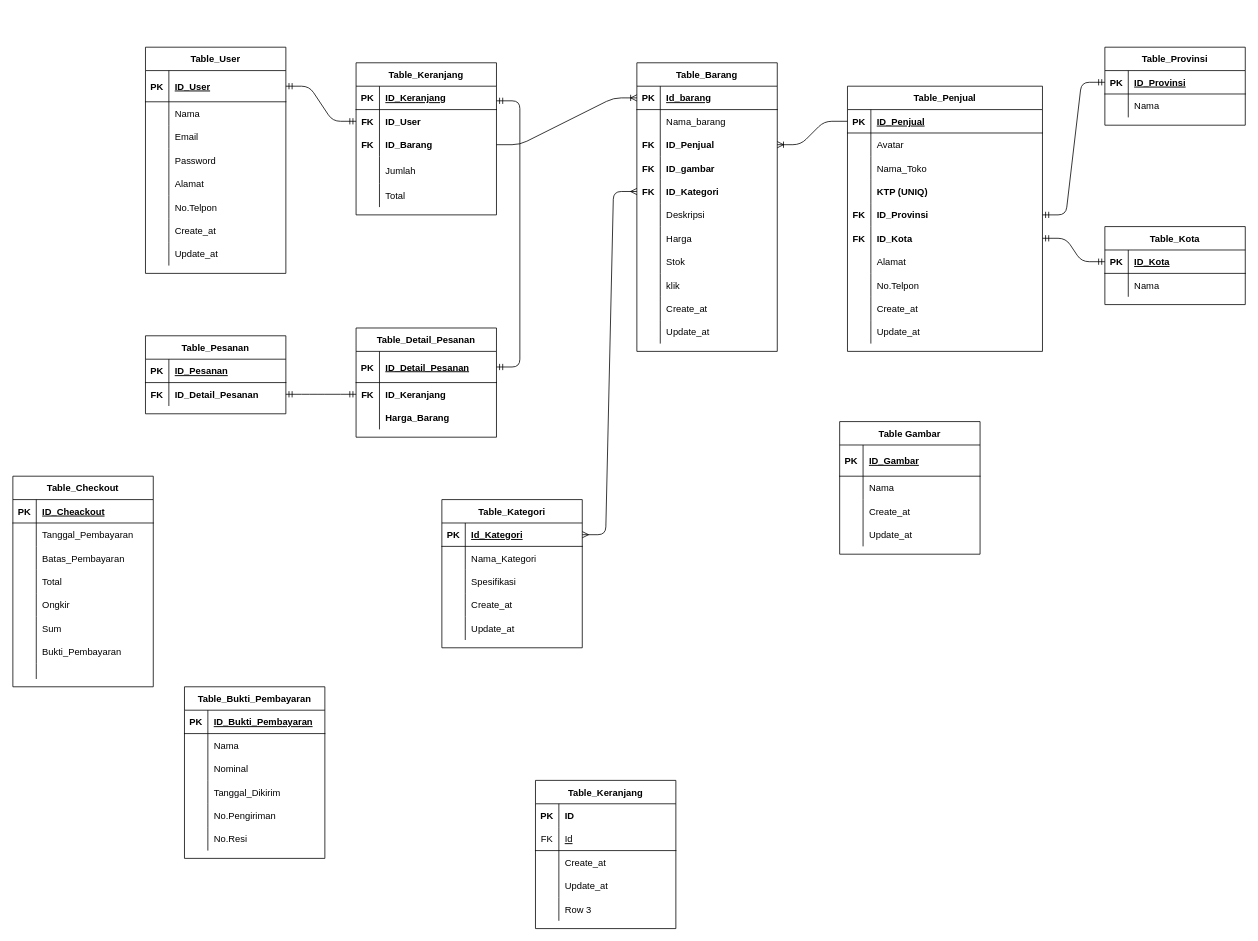
Above: Untitled Diagram.drawio in fadil9872/kurikulum-Beckend (draw.io), before the change. Source tidied: cells renumbered, new cells numbered last; positions are measured from the earlier drawing's top-left corner, leaving out a move shared by most shapes. Both pictures are drawn from the tidied source at 78%, with x=0, y=0 at pixel (12, 47).
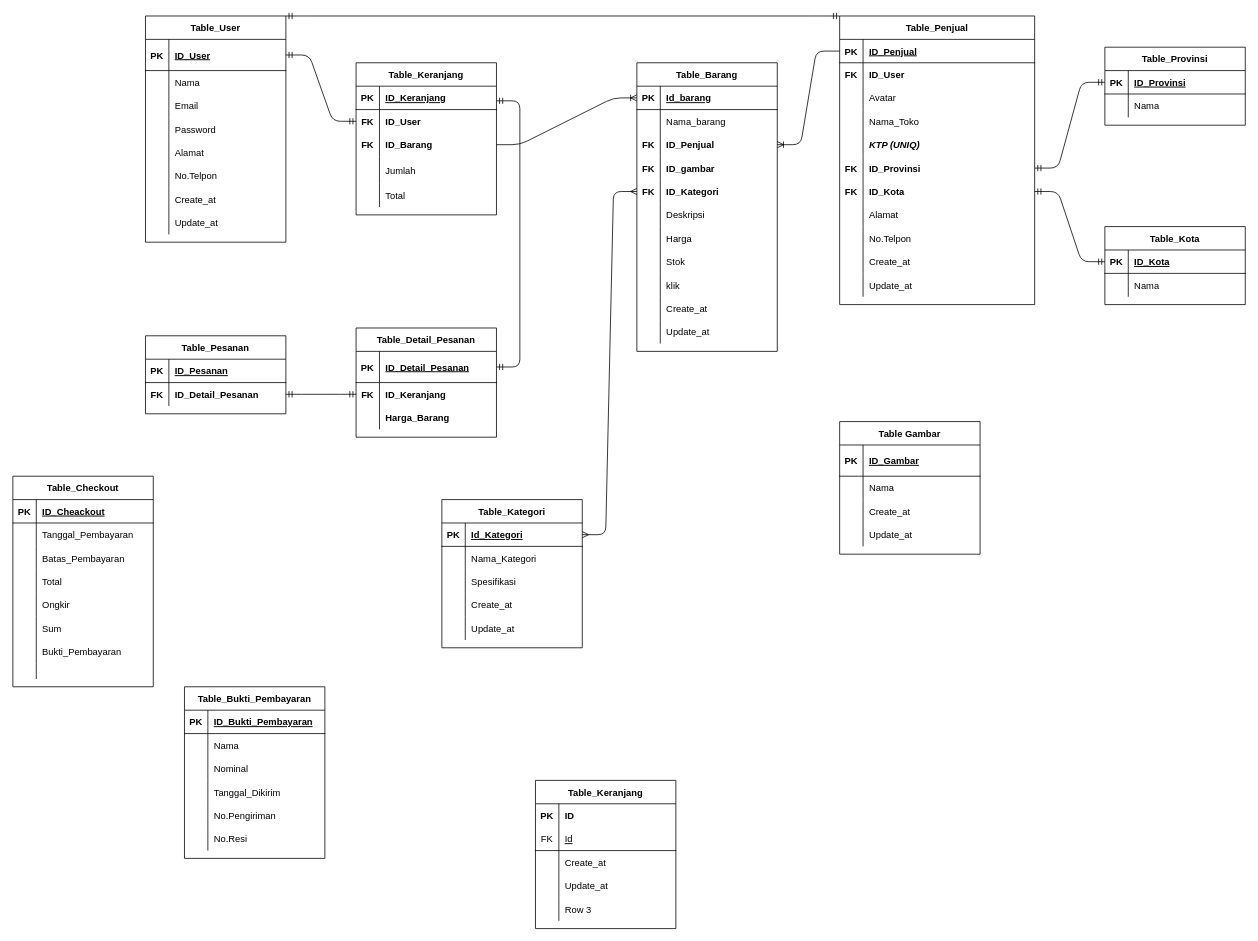
Above is the later version.

Commit message:
Projek-1Terbaru

Diff of the diagram source:
```diff
@@
     <mxCell id="2" value="Table_User" style="shape=table;startSize=30;childLayout=tableLayout;rowLines=0;fontStyle=1;align=center;strokeColor=#000000;" parent="1" vertex="1">
-      <mxGeometry x="170" width="180" height="290" as="geometry" />
+      <mxGeometry x="170" y="-40" width="180" height="290" as="geometry" />
     </mxCell>
@@
     <mxCell id="93" value="Table_Penjual" style="shape=table;startSize=30;childLayout=tableLayout;rowLines=0;fontStyle=1;align=center;strokeColor=#000000;" parent="1" vertex="1">
-      <mxGeometry x="1070" y="50" width="250" height="340" as="geometry" />
+      <mxGeometry x="1060" y="-40" width="250" height="370" as="geometry" />
     </mxCell>
@@
+    <mxCell id="236" style="shape=partialRectangle;fillColor=none;top=0;left=0;bottom=0;right=0;strokeColor=#000000;" parent="93" vertex="1">
+      <mxGeometry y="60" width="250" height="30" as="geometry" />
+    </mxCell>
+    <mxCell id="237" value="FK" style="shape=partialRectangle;fillColor=none;top=0;left=0;bottom=0;right=0;fontStyle=1;overflow=hidden;" parent="236" vertex="1">
+      <mxGeometry width="30" height="30" as="geometry" />
+    </mxCell>
+    <mxCell id="238" value="ID_User" style="shape=partialRectangle;fillColor=none;top=0;left=0;bottom=0;right=0;align=left;spacingLeft=6;fontStyle=1;overflow=hidden;" parent="236" vertex="1">
+      <mxGeometry x="30" width="220" height="30" as="geometry" />
+    </mxCell>
     <mxCell id="97" style="shape=partialRectangle;fillColor=none;top=0;left=0;bottom=0;right=0;strokeColor=#000000;" parent="93" vertex="1">
-      <mxGeometry y="60" width="250" height="30" as="geometry" />
+      <mxGeometry y="90" width="250" height="30" as="geometry" />
     </mxCell>
@@
     <mxCell id="100" style="shape=partialRectangle;fillColor=none;top=0;left=0;bottom=0;right=0;strokeColor=#000000;" parent="93" vertex="1">
-      <mxGeometry y="90" width="250" height="30" as="geometry" />
+      <mxGeometry y="120" width="250" height="30" as="geometry" />
     </mxCell>
@@
     <mxCell id="103" style="shape=partialRectangle;fillColor=none;top=0;left=0;bottom=0;right=0;strokeColor=#000000;" parent="93" vertex="1">
-      <mxGeometry y="120" width="250" height="30" as="geometry" />
+      <mxGeometry y="150" width="250" height="30" as="geometry" />
     </mxCell>
@@
-    <mxCell id="105" value="KTP (UNIQ)" style="shape=partialRectangle;fillColor=none;top=0;left=0;bottom=0;right=0;align=left;spacingLeft=6;overflow=hidden;fontStyle=1;" parent="103" vertex="1">
+    <mxCell id="105" value="KTP (UNIQ)" style="shape=partialRectangle;fillColor=none;top=0;left=0;bottom=0;right=0;align=left;spacingLeft=6;overflow=hidden;fontStyle=3;" parent="103" vertex="1">
       <mxGeometry x="30" width="220" height="30" as="geometry" />
     </mxCell>
     <mxCell id="106" style="shape=partialRectangle;fillColor=none;top=0;left=0;bottom=0;right=0;points=[[0,0.5],[1,0.5]];portConstraint=eastwest;" parent="93" vertex="1">
-      <mxGeometry y="150" width="250" height="30" as="geometry" />
+      <mxGeometry y="180" width="250" height="30" as="geometry" />
     </mxCell>
@@
     <mxCell id="109" style="shape=partialRectangle;fillColor=none;top=0;left=0;bottom=0;right=0;points=[[0,0.5],[1,0.5]];portConstraint=eastwest;strokeColor=#000000;" parent="93" vertex="1">
-      <mxGeometry y="180" width="250" height="30" as="geometry" />
+      <mxGeometry y="210" width="250" height="30" as="geometry" />
     </mxCell>
@@
     <mxCell id="112" style="shape=partialRectangle;fillColor=none;top=0;left=0;bottom=0;right=0;strokeColor=#000000;" parent="93" vertex="1">
-      <mxGeometry y="210" width="250" height="30" as="geometry" />
+      <mxGeometry y="240" width="250" height="30" as="geometry" />
     </mxCell>
@@
     <mxCell id="115" style="shape=partialRectangle;fillColor=none;top=0;left=0;bottom=0;right=0;strokeColor=#000000;" parent="93" vertex="1">
-      <mxGeometry y="240" width="250" height="30" as="geometry" />
+      <mxGeometry y="270" width="250" height="30" as="geometry" />
     </mxCell>
@@
     <mxCell id="118" style="shape=partialRectangle;fillColor=none;top=0;left=0;bottom=0;right=0;" parent="93" vertex="1">
-      <mxGeometry y="270" width="250" height="30" as="geometry" />
+      <mxGeometry y="300" width="250" height="30" as="geometry" />
     </mxCell>
@@
     <mxCell id="121" style="shape=partialRectangle;fillColor=none;top=0;left=0;bottom=0;right=0;" parent="93" vertex="1">
-      <mxGeometry y="300" width="250" height="30" as="geometry" />
+      <mxGeometry y="330" width="250" height="30" as="geometry" />
     </mxCell>
@@
+    <mxCell id="239" style="edgeStyle=entityRelationEdgeStyle;fontSize=12;html=1;endArrow=ERmandOne;startArrow=ERmandOne;exitX=1;exitY=0;exitDx=0;exitDy=0;entryX=0;entryY=0;entryDx=0;entryDy=0;" parent="1" edge="1" source="2" target="93">
+      <mxGeometry relative="1" as="geometry" />
+    </mxCell>
```
